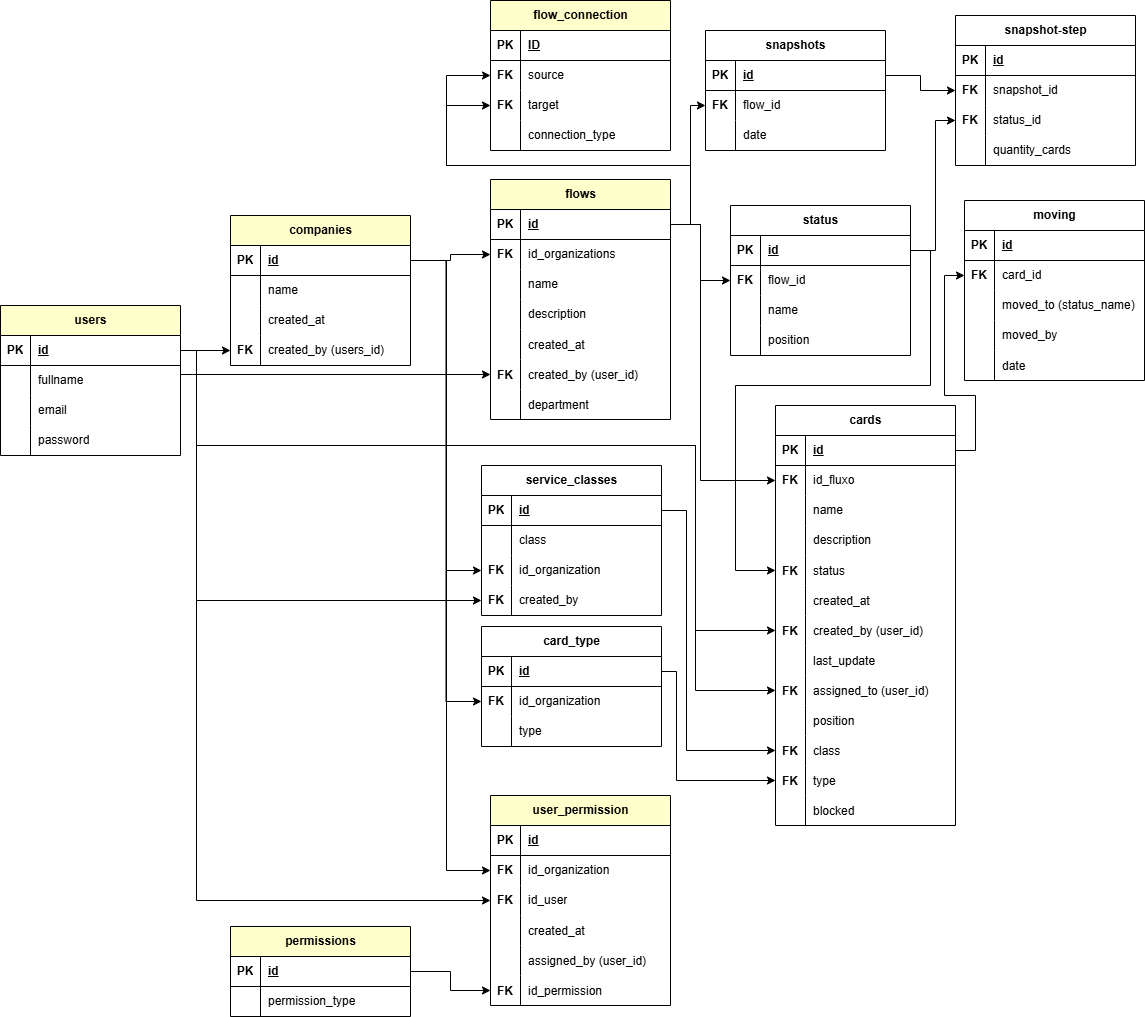
Above: tables.png in andrechamelete/flow-management (draw.io), before the change. Source tidied: cells renumbered, new cells last; positions are measured from the earlier drawing's top-left corner, leaving out a move shared by most shapes.
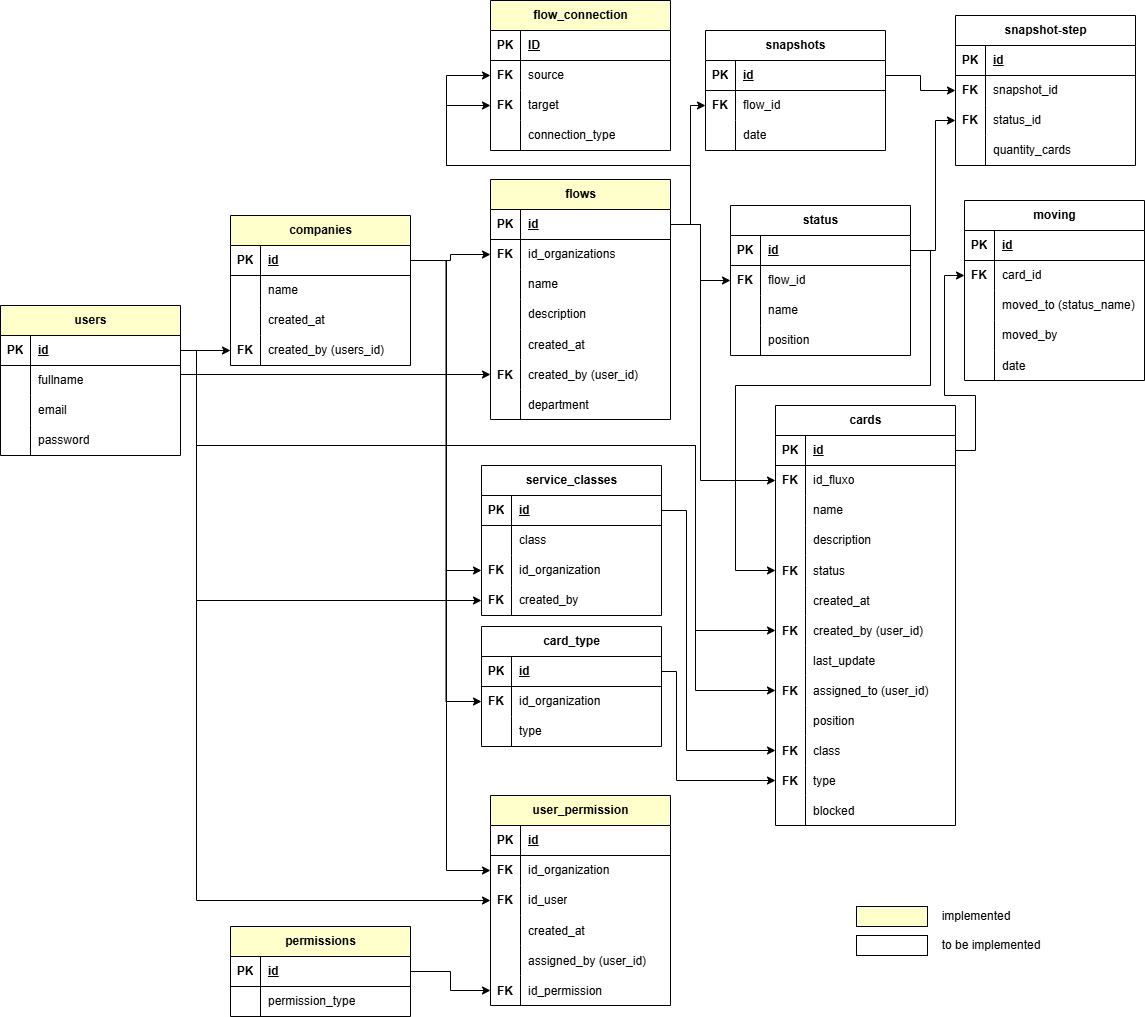
After the commit.

Commit message:
tables schema

Diff of the diagram source:
```diff
@@ -768,5 +768,17 @@
         </Array>
       </mxGeometry>
     </mxCell>
+    <mxCell id="227" style="rounded=0;whiteSpace=wrap;html=1;fillColor=#FFFFCC;" parent="1" vertex="1">
+      <mxGeometry x="856" y="906" width="71" height="20" as="geometry" />
+    </mxCell>
+    <mxCell id="228" style="rounded=0;whiteSpace=wrap;html=1;" parent="1" vertex="1">
+      <mxGeometry x="856" y="935" width="71" height="20" as="geometry" />
+    </mxCell>
+    <mxCell id="229" value="implemented" style="text;html=1;align=center;verticalAlign=middle;whiteSpace=wrap;rounded=0;" parent="1" vertex="1">
+      <mxGeometry x="946" y="901" width="60" height="30" as="geometry" />
+    </mxCell>
+    <mxCell id="230" value="to be implemented" style="text;html=1;align=center;verticalAlign=middle;whiteSpace=wrap;rounded=0;" parent="1" vertex="1">
+      <mxGeometry x="936" y="930" width="110" height="30" as="geometry" />
+    </mxCell>
   </root>
 </mxGraphModel>
```
